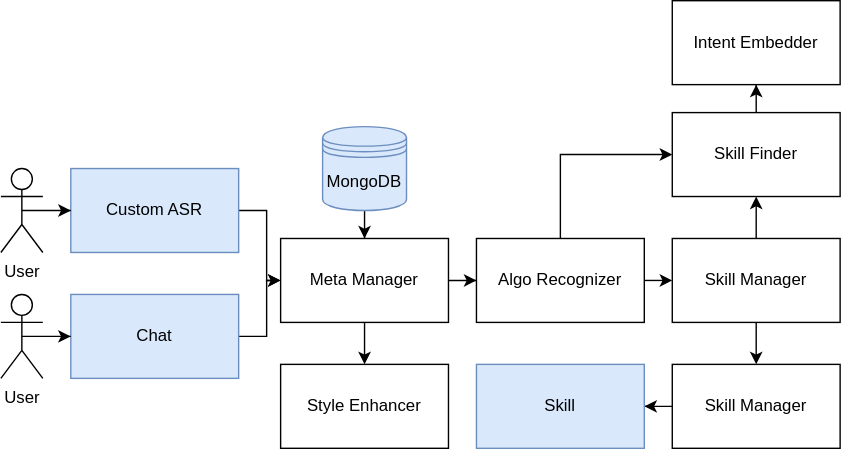
This is docs/_static/architecture.svg from Kadia-IVA/kadia, a draw.io export, as it was before one commit. Source tidied: cells renumbered, new cells last; positions are measured from the earlier drawing's top-left corner, leaving out a move shared by most shapes.
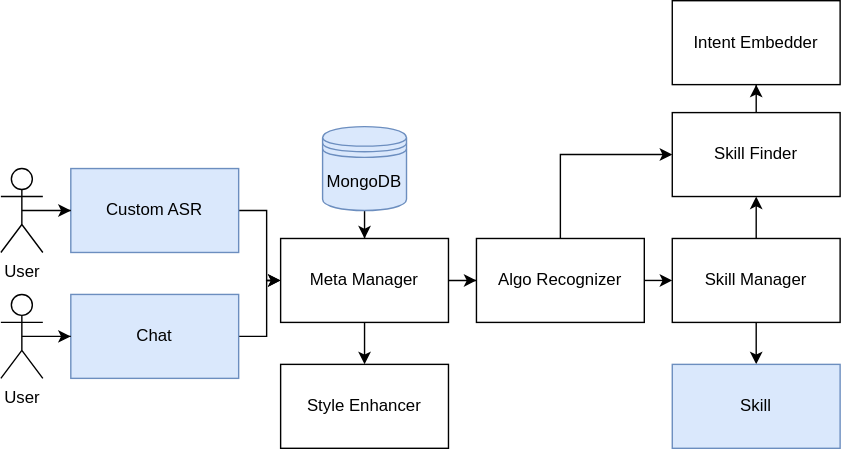
The same diagram one commit later.

Commit message:
architecture fix + 2 modules

Diff of the diagram source:
```diff
@@ -65,20 +65,16 @@
     <mxCell id="22" style="edgeStyle=orthogonalEdgeStyle;rounded=0;jettySize=auto;html=1;exitX=0.5;exitY=0;exitDx=0;exitDy=0;entryX=0.5;entryY=1;entryDx=0;entryDy=0;" parent="1" edge="1" source="24" target="20">
       <mxGeometry relative="1" as="geometry" />
     </mxCell>
-    <mxCell id="23" style="edgeStyle=orthogonalEdgeStyle;rounded=0;jettySize=auto;html=1;" parent="1" edge="1" source="24" target="26">
-      <mxGeometry relative="1" as="geometry" />
+    <mxCell id="23" style="edgeStyle=orthogonalEdgeStyle;rounded=0;jettySize=auto;html=1;" parent="1" edge="1" source="24">
+      <mxGeometry relative="1" as="geometry">
+        <mxPoint x="540" y="260" as="targetPoint" />
+      </mxGeometry>
     </mxCell>
     <mxCell id="24" value="Skill Manager" style="rounded=0;whiteSpace=wrap;html=1;" parent="1" vertex="1">
       <mxGeometry x="480" y="170" width="120" height="60" as="geometry" />
     </mxCell>
-    <mxCell id="25" style="edgeStyle=orthogonalEdgeStyle;rounded=0;jettySize=auto;html=1;" parent="1" edge="1" source="26" target="27">
-      <mxGeometry relative="1" as="geometry" />
-    </mxCell>
-    <mxCell id="26" value="Skill Manager" style="rounded=0;whiteSpace=wrap;html=1;" parent="1" vertex="1">
-      <mxGeometry x="480" y="260" width="120" height="60" as="geometry" />
-    </mxCell>
     <mxCell id="27" value="Skill" style="rounded=0;whiteSpace=wrap;html=1;fillColor=#dae8fc;strokeColor=#6c8ebf;" parent="1" vertex="1">
-      <mxGeometry x="340" y="260" width="120" height="60" as="geometry" />
+      <mxGeometry x="480" y="260" width="120" height="60" as="geometry" />
     </mxCell>
   </root>
 </mxGraphModel>
```
